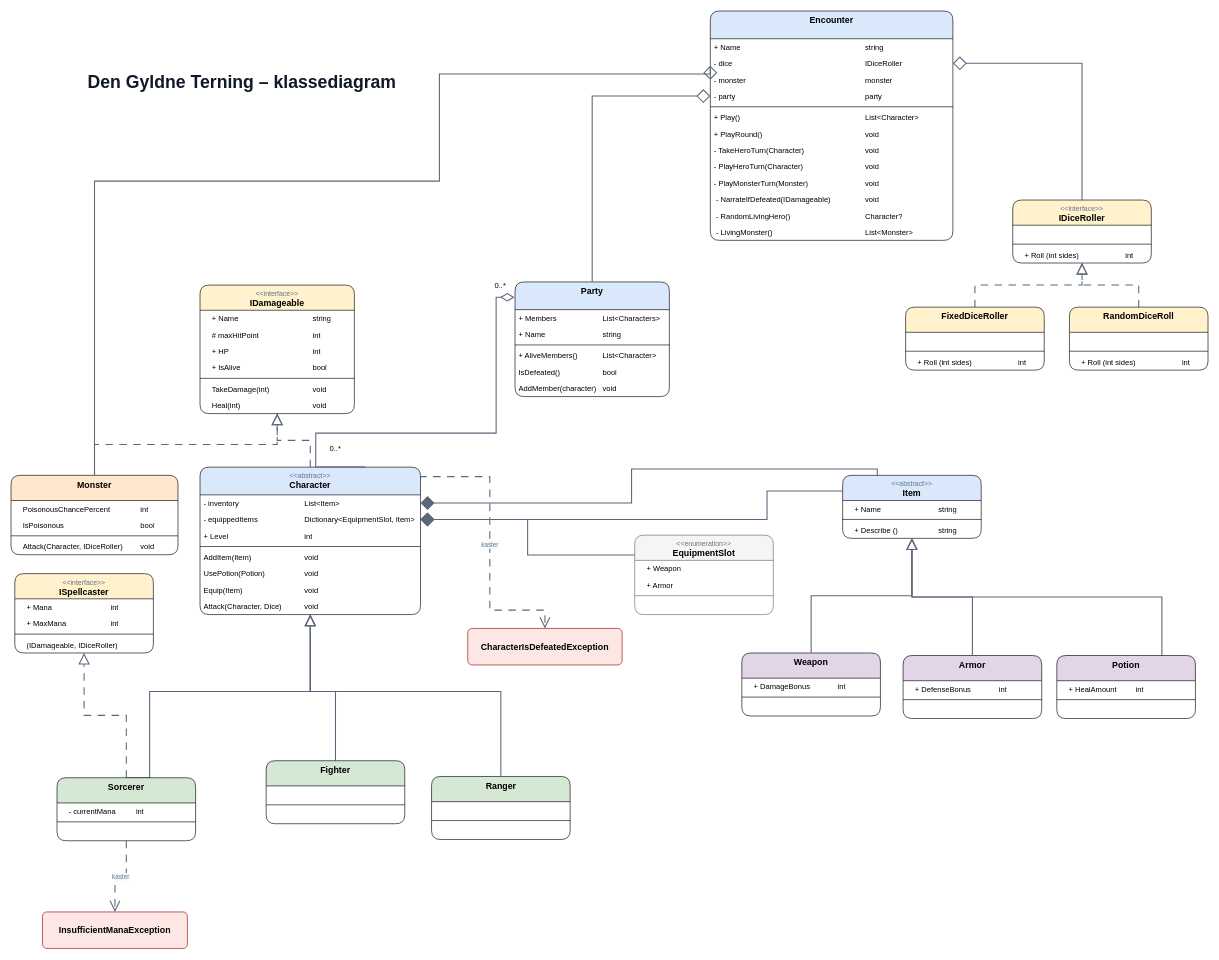
The draw.io diagram docs/Den_Gyldne_Terning_klassediagram_oversigt.drawio in solvsteen/Eventyrerlauget, before the edit. Source tidied: cells renumbered, new cells numbered last; positions are measured from the earlier drawing's top-left corner, leaving out a move shared by most shapes. Both pictures are drawn from the tidied source at 63%, with x=0, y=0 at pixel (11, 11).
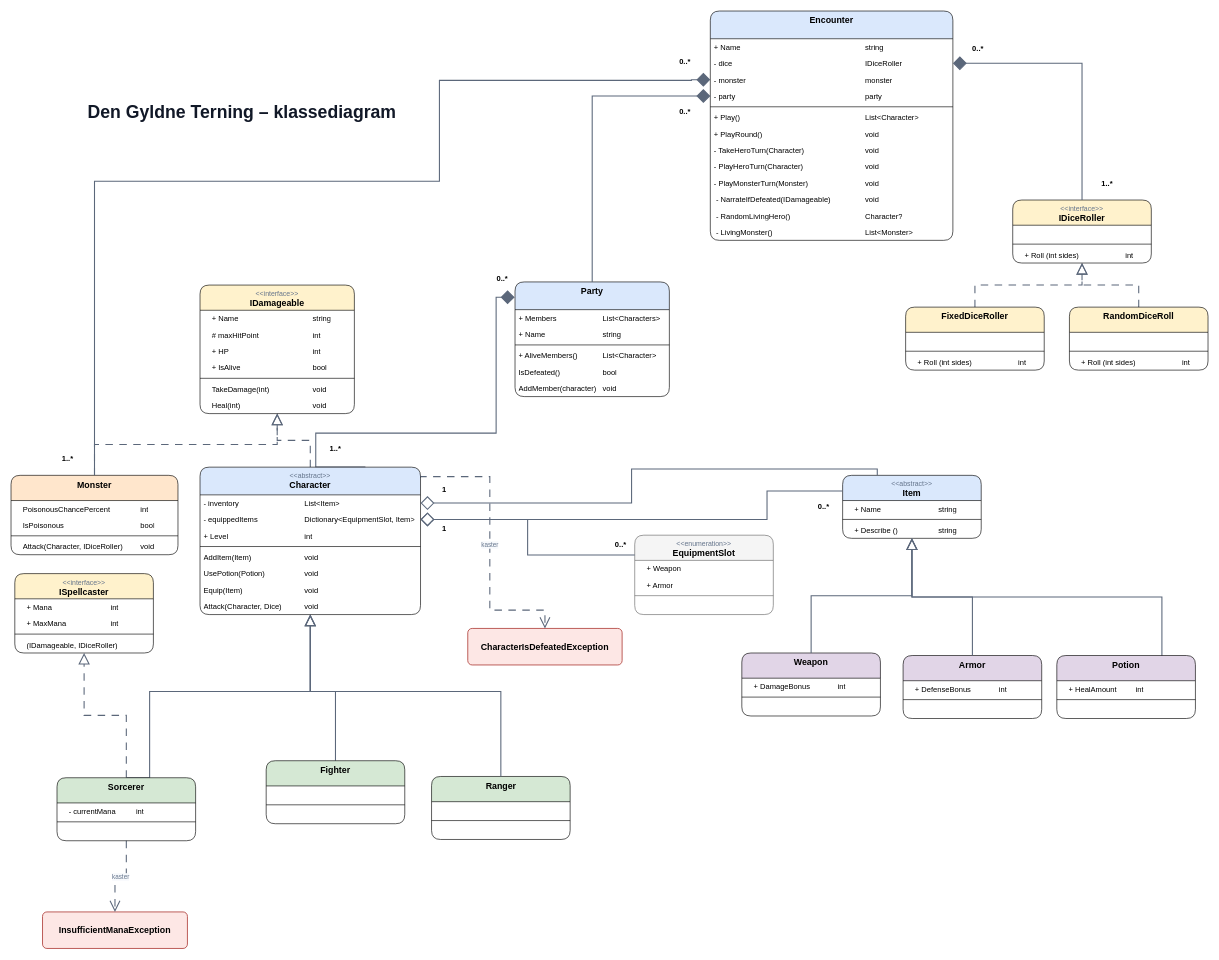
The same page after the edit.

The change refers to these unchanged cells:
```xml
<mxCell id="13" value="&lt;font color=&quot;#64748b&quot; style=&quot;font-family: Arial; font-weight: 400; font-size: 11px;&quot;&gt;&amp;lt;&amp;lt;abstract&amp;gt;&amp;gt;&lt;/font&gt;&lt;br style=&quot;font-family: Arial; font-size: 14px; font-weight: 400;&quot;&gt;&lt;b style=&quot;font-family: Arial; font-size: 14px;&quot;&gt;Character&lt;/b&gt;" style="swimlane;fontStyle=1;align=center;verticalAlign=top;horizontal=1;startSize=44;whiteSpace=wrap;html=1;rounded=1;fillColor=#dae8fc;strokeColor=#000000;arcSize=11;" parent="1" vertex="1">
  <mxGeometry x="300" y="724" width="350" height="234" as="geometry" />
</mxCell>
<mxCell id="14" value="- inventory &lt;span style=&quot;white-space: pre;&quot;&gt;&#9;&lt;span style=&quot;white-space: pre;&quot;&gt;&#9;&lt;/span&gt;&lt;span style=&quot;white-space: pre;&quot;&gt;&#9;&lt;/span&gt;&lt;/span&gt;&lt;span style=&quot;white-space: pre;&quot;&gt;&#9;&lt;/span&gt;List&amp;lt;Item&amp;gt;" style="text;strokeColor=none;fillColor=none;align=left;verticalAlign=top;spacingLeft=4;spacingRight=4;overflow=hidden;points=[[0,0.5],[1,0.5]];portConstraint=eastwest;whiteSpace=wrap;html=1;" parent="13" vertex="1">
  <mxGeometry y="44" width="350" height="26" as="geometry" />
</mxCell>
<mxCell id="15" value="- equippedItems&amp;nbsp;&lt;span style=&quot;white-space: pre;&quot;&gt;&#9;&lt;span style=&quot;white-space: pre;&quot;&gt;&#9;&lt;/span&gt;&lt;span style=&quot;white-space: pre;&quot;&gt;&#9;&lt;/span&gt;D&lt;/span&gt;ictionary&amp;lt;EquipmentSlot, Item&amp;gt;" style="text;strokeColor=none;fillColor=none;align=left;verticalAlign=top;spacingLeft=4;spacingRight=4;overflow=hidden;points=[[0,0.5],[1,0.5]];portConstraint=eastwest;whiteSpace=wrap;html=1;" parent="13" vertex="1">
  <mxGeometry y="70" width="350" height="26" as="geometry" />
</mxCell>
<mxCell id="30" value="&lt;b style=&quot;font-family: Arial; font-size: 14px;&quot;&gt;Monster&lt;/b&gt;" style="swimlane;fontStyle=1;align=center;verticalAlign=top;horizontal=1;startSize=40;whiteSpace=wrap;html=1;rounded=1;fillColor=#ffe6cc;strokeColor=#000000;arcSize=12;" parent="1" vertex="1">
  <mxGeometry y="737" width="265" height="126" as="geometry" />
</mxCell>
<mxCell id="52" value="&lt;font color=&quot;#64748b&quot; style=&quot;font-family: Arial; font-weight: 400; font-size: 11px;&quot;&gt;&amp;lt;&amp;lt;abstract&lt;/font&gt;&lt;span style=&quot;color: rgb(100, 116, 139); font-family: Arial; font-size: 11px; font-weight: 400; background-color: transparent;&quot;&gt;&amp;gt;&amp;gt;&lt;/span&gt;&lt;div&gt;&lt;b style=&quot;font-family: Arial; font-size: 14px;&quot;&gt;Item&lt;/b&gt;&lt;/div&gt;" style="swimlane;fontStyle=1;align=center;verticalAlign=top;horizontal=1;startSize=40;whiteSpace=wrap;html=1;rounded=1;fillColor=#dae8fc;strokeColor=#000000;arcSize=12;" parent="1" vertex="1">
  <mxGeometry x="1320" y="737" width="220" height="100" as="geometry" />
</mxCell>
<mxCell id="71" value="&lt;font color=&quot;#64748b&quot; style=&quot;font-family: Arial; font-weight: 400; font-size: 11px;&quot;&gt;&amp;lt;&amp;lt;enumeration&amp;gt;&amp;gt;&lt;/font&gt;&lt;br style=&quot;color: rgb(0, 0, 0); font-family: Arial; font-size: 14px; font-weight: 400;&quot;&gt;&lt;b style=&quot;color: rgb(0, 0, 0); font-family: Arial; font-size: 14px;&quot;&gt;EquipmentSlot&lt;/b&gt;" style="swimlane;fontStyle=1;align=center;verticalAlign=top;horizontal=1;startSize=40;whiteSpace=wrap;html=1;rounded=1;fillColor=#f5f5f5;strokeColor=#666666;arcSize=12;fontColor=#333333;" parent="1" vertex="1">
  <mxGeometry x="990" y="832" width="220" height="126" as="geometry" />
</mxCell>
<mxCell id="78" value="&lt;b style=&quot;font-family: Arial; font-size: 14px;&quot;&gt;Party&lt;/b&gt;" style="swimlane;fontStyle=1;align=center;verticalAlign=top;horizontal=1;startSize=44;whiteSpace=wrap;html=1;rounded=1;fillColor=#dae8fc;strokeColor=#000000;arcSize=11;" parent="1" vertex="1">
  <mxGeometry x="800" y="430" width="245" height="182" as="geometry" />
</mxCell>
<mxCell id="88" value="- dice&lt;span style=&quot;white-space: pre;&quot;&gt;&#9;&lt;/span&gt;&lt;span style=&quot;white-space: pre;&quot;&gt;&#9;&lt;/span&gt;&lt;span style=&quot;white-space: pre;&quot;&gt;&#9;&lt;span style=&quot;white-space: pre;&quot;&gt;&#9;&lt;span style=&quot;white-space: pre;&quot;&gt;&#9;&lt;/span&gt;&lt;span style=&quot;white-space: pre;&quot;&gt;&#9;&lt;/span&gt;&lt;/span&gt;&lt;span style=&quot;white-space: pre;&quot;&gt;&#9;&lt;/span&gt;&lt;span style=&quot;white-space: pre;&quot;&gt;&#9;&lt;/span&gt;&lt;/span&gt;IDiceRoller" style="text;strokeColor=none;fillColor=none;align=left;verticalAlign=top;spacingLeft=4;spacingRight=4;overflow=hidden;points=[[0,0.5],[1,0.5]];portConstraint=eastwest;whiteSpace=wrap;html=1;" parent="86" vertex="1">
  <mxGeometry y="70" width="385" height="26" as="geometry" />
</mxCell>
<mxCell id="89" value="- monster&lt;span style=&quot;white-space: pre;&quot;&gt;&#9;&lt;/span&gt;&lt;span style=&quot;white-space: pre;&quot;&gt;&#9;&lt;/span&gt;&lt;span style=&quot;white-space: pre;&quot;&gt;&#9;&lt;span style=&quot;white-space: pre;&quot;&gt;&#9;&lt;span style=&quot;white-space: pre;&quot;&gt;&#9;&lt;/span&gt;&lt;span style=&quot;white-space: pre;&quot;&gt;&#9;&lt;/span&gt;&lt;/span&gt;&lt;span style=&quot;white-space: pre;&quot;&gt;&#9;&lt;/span&gt;&lt;span style=&quot;white-space: pre;&quot;&gt;&#9;&lt;/span&gt;m&lt;/span&gt;onster" style="text;strokeColor=none;fillColor=none;align=left;verticalAlign=top;spacingLeft=4;spacingRight=4;overflow=hidden;points=[[0,0.5],[1,0.5]];portConstraint=eastwest;whiteSpace=wrap;html=1;" parent="86" vertex="1">
  <mxGeometry y="96" width="385" height="26" as="geometry" />
</mxCell>
<mxCell id="90" value="- party&lt;span style=&quot;white-space: pre;&quot;&gt;&#9;&lt;/span&gt;&lt;span style=&quot;white-space: pre;&quot;&gt;&#9;&lt;/span&gt;&lt;span style=&quot;white-space: pre;&quot;&gt;&#9;&lt;span style=&quot;white-space: pre;&quot;&gt;&#9;&lt;/span&gt;&lt;span style=&quot;white-space: pre;&quot;&gt;&#9;&lt;/span&gt;&lt;span style=&quot;white-space: pre;&quot;&gt;&#9;&lt;/span&gt;&lt;span style=&quot;white-space: pre;&quot;&gt;&#9;&lt;/span&gt;&lt;span style=&quot;white-space: pre;&quot;&gt;&#9;&lt;/span&gt;p&lt;/span&gt;arty" style="text;strokeColor=none;fillColor=none;align=left;verticalAlign=top;spacingLeft=4;spacingRight=4;overflow=hidden;points=[[0,0.5],[1,0.5]];portConstraint=eastwest;whiteSpace=wrap;html=1;" parent="86" vertex="1">
  <mxGeometry y="122" width="385" height="26" as="geometry" />
</mxCell>
<mxCell id="104" value="&lt;font color=&quot;#64748b&quot; style=&quot;font-family: Arial; font-weight: 400; font-size: 11px;&quot;&gt;&amp;lt;&amp;lt;interface&lt;/font&gt;&lt;span style=&quot;color: rgb(100, 116, 139); font-family: Arial; font-size: 11px; font-weight: 400; background-color: transparent;&quot;&gt;&amp;gt;&amp;gt;&lt;/span&gt;&lt;div&gt;&lt;b style=&quot;font-family: Arial; font-size: 14px;&quot;&gt;IDiceRoller&lt;/b&gt;&lt;/div&gt;" style="swimlane;fontStyle=1;align=center;verticalAlign=top;horizontal=1;startSize=40;whiteSpace=wrap;html=1;rounded=1;fillColor=#fff2cc;strokeColor=#000000;arcSize=12;" parent="101" vertex="1">
  <mxGeometry x="170" width="220" height="100" as="geometry" />
</mxCell>
```

Change to the diagram source:
```diff
@@
     <mxCell id="2" value="&lt;b&gt;Den Gyldne Terning – klassediagram&lt;/b&gt;" style="text;html=1;strokeColor=none;fillColor=none;align=left;verticalAlign=middle;fontFamily=Arial;fontSize=28;fontColor=#111827;" parent="1" vertex="1">
-      <mxGeometry x="120" y="90" width="900" height="45" as="geometry" />
+      <mxGeometry x="120" y="137.5" width="900" height="45" as="geometry" />
     </mxCell>
@@
-    <mxCell id="12" style="rounded=0;html=1;strokeColor=#5b677a;strokeWidth=1.7;startArrow=diamondThin;startFill=0;startSize=18;endArrow=none;fontColor=#64748b;fontSize=10;labelBackgroundColor=#f7f9fc;entryX=0.75;entryY=0;entryDx=0;entryDy=0;edgeStyle=orthogonalEdgeStyle;exitX=-0.003;exitY=0.134;exitDx=0;exitDy=0;exitPerimeter=0;" parent="1" edge="1" source="78" target="13">
+    <mxCell id="12" style="rounded=0;html=1;strokeColor=#5b677a;strokeWidth=1.7;startArrow=diamond;startFill=1;startSize=18;endArrow=none;fontColor=#64748b;fontSize=10;labelBackgroundColor=#f7f9fc;entryX=0.75;entryY=0;entryDx=0;entryDy=0;edgeStyle=orthogonalEdgeStyle;exitX=-0.003;exitY=0.134;exitDx=0;exitDy=0;exitPerimeter=0;" parent="1" edge="1" source="78" target="13">
       <mxGeometry x="0.23" y="30" relative="1" as="geometry">
         <Array as="points">
           <mxPoint x="770" y="454.4" />
           <mxPoint x="770" y="670" />
           <mxPoint x="483.7" y="670" />
           <mxPoint x="483.7" y="724" />
         </Array>
       </mxGeometry>
     </mxCell>
@@
-    <mxCell id="76" value="0..*" style="text;html=1;whiteSpace=wrap;strokeColor=none;fillColor=none;align=center;verticalAlign=middle;rounded=0;" parent="1" vertex="1">
+    <mxCell id="76" value="1..*" style="text;html=1;whiteSpace=wrap;strokeColor=none;fillColor=none;align=center;verticalAlign=middle;rounded=0;fontStyle=1;" parent="1" vertex="1">
       <mxGeometry x="485" y="680" width="60" height="30" as="geometry" />
     </mxCell>
@@
-    <mxCell id="85" value="0..*" style="rounded=0;whiteSpace=wrap;html=1;strokeColor=none;" parent="1" vertex="1">
-      <mxGeometry x="757" y="426" width="40" height="20" as="geometry" />
+    <mxCell id="85" value="0..*" style="rounded=0;whiteSpace=wrap;html=1;strokeColor=none;fontStyle=1;" parent="1" vertex="1">
+      <mxGeometry x="760" y="415" width="40" height="20" as="geometry" />
     </mxCell>
@@
-    <mxCell id="100" style="rounded=0;html=1;strokeColor=#5b677a;strokeWidth=1.7;startArrow=diamond;startFill=1;startSize=18;endArrow=none;fontColor=#64748b;fontSize=10;labelBackgroundColor=#f7f9fc;entryX=0.25;entryY=0;entryDx=0;entryDy=0;exitX=1;exitY=0.5;exitDx=0;exitDy=0;edgeStyle=orthogonalEdgeStyle;" parent="1" edge="1" source="14" target="52">
+    <mxCell id="100" style="rounded=0;html=1;strokeColor=#5b677a;strokeWidth=1.7;startArrow=diamond;startFill=0;startSize=18;endArrow=none;fontColor=#64748b;fontSize=10;labelBackgroundColor=#f7f9fc;entryX=0.25;entryY=0;entryDx=0;entryDy=0;exitX=1;exitY=0.5;exitDx=0;exitDy=0;edgeStyle=orthogonalEdgeStyle;" parent="1" edge="1" source="14" target="52">
       <mxGeometry x="0.23" y="30" relative="1" as="geometry" />
     </mxCell>
@@
-    <mxCell id="116" style="rounded=0;html=1;strokeColor=#5b677a;strokeWidth=1.7;startArrow=diamond;startFill=1;startSize=18;endArrow=none;fontColor=#64748b;fontSize=10;labelBackgroundColor=#f7f9fc;exitX=1;exitY=0.5;exitDx=0;exitDy=0;edgeStyle=orthogonalEdgeStyle;entryX=0;entryY=0.25;entryDx=0;entryDy=0;" parent="1" edge="1" source="15" target="52">
+    <mxCell id="116" style="rounded=0;html=1;strokeColor=#5b677a;strokeWidth=1.7;startArrow=diamond;startFill=0;startSize=18;endArrow=none;fontColor=#64748b;fontSize=10;labelBackgroundColor=#f7f9fc;exitX=1;exitY=0.5;exitDx=0;exitDy=0;edgeStyle=orthogonalEdgeStyle;entryX=0;entryY=0.25;entryDx=0;entryDy=0;" parent="1" edge="1" source="15" target="52">
       <mxGeometry x="0.23" y="30" relative="1" as="geometry">
         <Array as="points">
           <mxPoint x="1200" y="807" />
           <mxPoint x="1200" y="762" />
         </Array>
       </mxGeometry>
     </mxCell>
-    <mxCell id="117" style="rounded=0;html=1;strokeColor=#5b677a;strokeWidth=1.7;startArrow=diamond;startFill=1;startSize=18;endArrow=none;fontColor=#64748b;fontSize=10;labelBackgroundColor=#f7f9fc;exitX=1;exitY=0.5;exitDx=0;exitDy=0;entryX=0;entryY=0.25;entryDx=0;entryDy=0;edgeStyle=orthogonalEdgeStyle;" parent="1" edge="1" source="15" target="71">
+    <mxCell id="117" style="rounded=0;html=1;strokeColor=#5b677a;strokeWidth=1.7;startArrow=diamond;startFill=0;startSize=18;endArrow=none;fontColor=#64748b;fontSize=10;labelBackgroundColor=#f7f9fc;exitX=1;exitY=0.5;exitDx=0;exitDy=0;entryX=0;entryY=0.25;entryDx=0;entryDy=0;edgeStyle=orthogonalEdgeStyle;" parent="1" edge="1" source="15" target="71">
       <mxGeometry x="0.23" y="30" relative="1" as="geometry" />
     </mxCell>
-    <mxCell id="118" style="rounded=0;html=1;strokeColor=#5b677a;strokeWidth=1.7;startArrow=diamond;startFill=0;startSize=18;endArrow=none;fontColor=#64748b;fontSize=10;labelBackgroundColor=#f7f9fc;entryX=0.5;entryY=0;entryDx=0;entryDy=0;exitX=1;exitY=0.5;exitDx=0;exitDy=0;edgeStyle=orthogonalEdgeStyle;" parent="1" edge="1" source="88" target="104">
+    <mxCell id="118" style="rounded=0;html=1;strokeColor=#5b677a;strokeWidth=1.7;startArrow=diamond;startFill=1;startSize=18;endArrow=none;fontColor=#64748b;fontSize=10;labelBackgroundColor=#f7f9fc;entryX=0.5;entryY=0;entryDx=0;entryDy=0;exitX=1;exitY=0.5;exitDx=0;exitDy=0;edgeStyle=orthogonalEdgeStyle;" parent="1" edge="1" source="88" target="104">
       <mxGeometry x="0.23" y="30" relative="1" as="geometry" />
     </mxCell>
-    <mxCell id="119" style="rounded=0;html=1;strokeColor=#5b677a;strokeWidth=1.7;startArrow=diamond;startFill=0;startSize=18;endArrow=none;fontColor=#64748b;fontSize=10;labelBackgroundColor=#f7f9fc;entryX=0.5;entryY=0;entryDx=0;entryDy=0;edgeStyle=orthogonalEdgeStyle;" parent="1" edge="1" source="90" target="78">
+    <mxCell id="119" style="rounded=0;html=1;strokeColor=#5b677a;strokeWidth=1.7;startArrow=diamond;startFill=1;startSize=18;endArrow=none;fontColor=#64748b;fontSize=10;labelBackgroundColor=#f7f9fc;entryX=0.5;entryY=0;entryDx=0;entryDy=0;edgeStyle=orthogonalEdgeStyle;" parent="1" edge="1" source="90" target="78">
       <mxGeometry x="0.23" y="30" relative="1" as="geometry" />
     </mxCell>
-    <mxCell id="120" style="rounded=0;html=1;strokeColor=#5b677a;strokeWidth=1.7;startArrow=diamond;startFill=0;startSize=18;endArrow=none;fontColor=#64748b;fontSize=10;labelBackgroundColor=#f7f9fc;entryX=0.5;entryY=0;entryDx=0;entryDy=0;exitX=0;exitY=0.5;exitDx=0;exitDy=0;edgeStyle=orthogonalEdgeStyle;" parent="1" edge="1" source="89" target="30">
+    <mxCell id="120" style="rounded=0;html=1;strokeColor=#5b677a;strokeWidth=1.7;startArrow=diamond;startFill=1;startSize=18;endArrow=none;fontColor=#64748b;fontSize=10;labelBackgroundColor=#f7f9fc;entryX=0.5;entryY=0;entryDx=0;entryDy=0;exitX=0;exitY=0.5;exitDx=0;exitDy=0;edgeStyle=orthogonalEdgeStyle;" parent="1" edge="1" source="89" target="30">
       <mxGeometry x="0.23" y="30" relative="1" as="geometry">
         <Array as="points">
-          <mxPoint x="1110" y="100" />
-          <mxPoint x="680" y="100" />
-          <mxPoint x="680" y="270" />
-          <mxPoint x="132.5" y="270" />
+          <mxPoint x="1080" y="109" />
+          <mxPoint x="680" y="110.1" />
+          <mxPoint x="680" y="270.1" />
+          <mxPoint x="132.5" y="270.1" />
         </Array>
       </mxGeometry>
     </mxCell>
+    <mxCell id="121" value="0..*" style="rounded=0;whiteSpace=wrap;html=1;strokeColor=none;fontStyle=1;" parent="1" vertex="1">
+      <mxGeometry x="1050" y="150" width="40" height="20" as="geometry" />
+    </mxCell>
+    <mxCell id="122" value="0..*" style="rounded=0;whiteSpace=wrap;html=1;strokeColor=none;fontStyle=1;" parent="1" vertex="1">
+      <mxGeometry x="1050" y="70" width="40" height="20" as="geometry" />
+    </mxCell>
+    <mxCell id="123" value="0..*" style="rounded=0;whiteSpace=wrap;html=1;strokeColor=none;fontStyle=1;" parent="1" vertex="1">
+      <mxGeometry x="1515" y="50" width="40" height="20" as="geometry" />
+    </mxCell>
+    <mxCell id="124" value="1..*" style="text;html=1;whiteSpace=wrap;strokeColor=none;fillColor=none;align=center;verticalAlign=middle;rounded=0;fontStyle=1;" parent="1" vertex="1">
+      <mxGeometry x="1710" y="260" width="60" height="30" as="geometry" />
+    </mxCell>
+    <mxCell id="125" value="1" style="rounded=0;whiteSpace=wrap;html=1;strokeColor=none;fontStyle=1;" parent="1" vertex="1">
+      <mxGeometry x="667.5" y="812" width="40" height="20" as="geometry" />
+    </mxCell>
+    <mxCell id="126" value="0..*" style="rounded=0;whiteSpace=wrap;html=1;strokeColor=none;fontStyle=1;" parent="1" vertex="1">
+      <mxGeometry x="1270" y="777" width="40" height="20" as="geometry" />
+    </mxCell>
+    <mxCell id="127" value="1..*" style="text;html=1;whiteSpace=wrap;strokeColor=none;fillColor=none;align=center;verticalAlign=middle;rounded=0;fontStyle=1;" parent="1" vertex="1">
+      <mxGeometry x="60" y="695" width="60" height="30" as="geometry" />
+    </mxCell>
+    <mxCell id="128" value="1" style="rounded=0;whiteSpace=wrap;html=1;strokeColor=none;fontStyle=1;" parent="1" vertex="1">
+      <mxGeometry x="667.5" y="750" width="40" height="20" as="geometry" />
+    </mxCell>
+    <mxCell id="129" value="0..*" style="rounded=0;whiteSpace=wrap;html=1;strokeColor=none;fontStyle=1;" parent="1" vertex="1">
+      <mxGeometry x="948" y="837" width="40" height="20" as="geometry" />
+    </mxCell>
```
